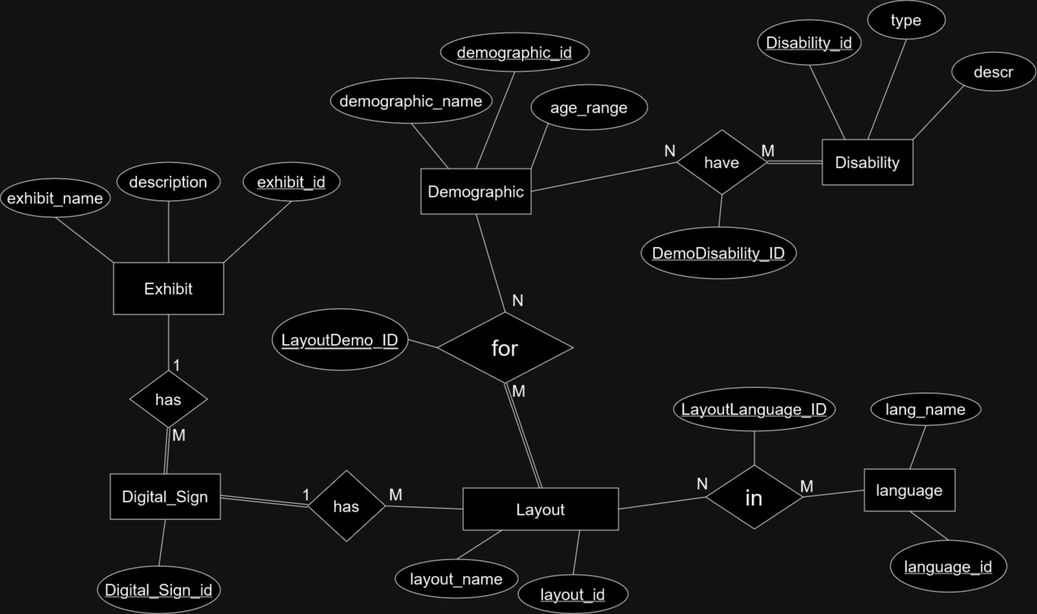
Before: Database_Formulation/Science_Center.png, a diagram exported from draw.io (KORAY-AMAN-ASLAN/Project_SIMS_Technichus_Group). Source tidied: cells renumbered, new cells last; positions are measured from the earlier drawing's top-left corner, leaving out a move shared by most shapes.
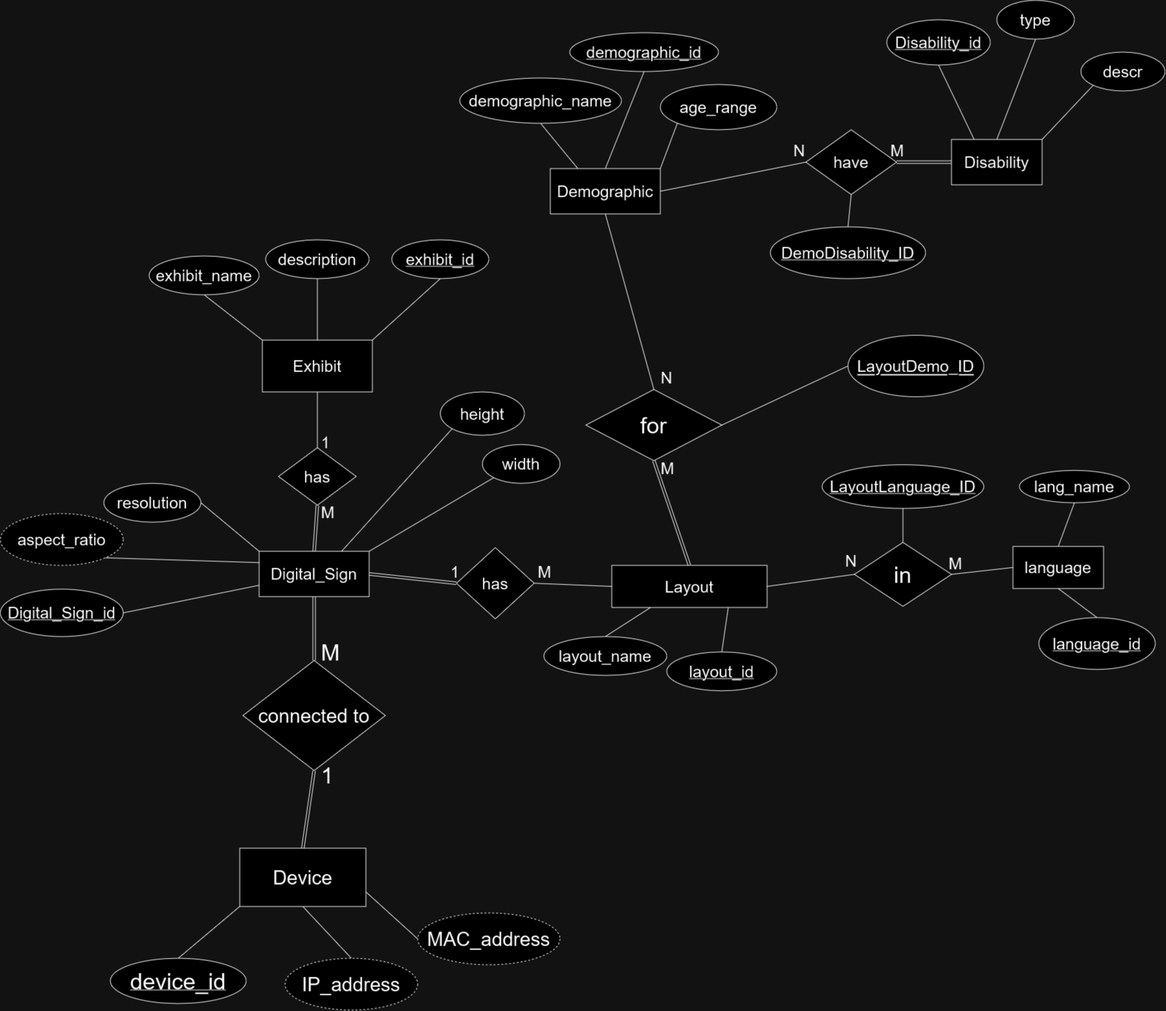
The same diagram one commit later.

Commit message:
updated ER-diagram and relational schema

What changed in the source:
```diff
@@ -18,7 +18,7 @@
       <mxGeometry x="260" y="541.2" width="40" height="30" as="geometry" />
     </mxCell>
     <mxCell id="7" value="&lt;font style=&quot;font-size: 25px;&quot;&gt;Demographic&lt;/font&gt;" style="whiteSpace=wrap;html=1;align=center;" parent="1" vertex="1">
-      <mxGeometry x="650" y="260" width="170" height="70" as="geometry" />
+      <mxGeometry x="620" y="140" width="170" height="70" as="geometry" />
     </mxCell>
     <mxCell id="8" value="&lt;div style=&quot;font-size: 25px;&quot;&gt;&lt;font style=&quot;font-size: 25px;&quot;&gt;exhibit_id&lt;/font&gt;&lt;/div&gt;" style="ellipse;whiteSpace=wrap;html=1;align=center;fontStyle=4;" parent="1" vertex="1">
       <mxGeometry x="375" y="250" width="150" height="60" as="geometry" />
@@ -26,11 +26,11 @@
     <mxCell id="9" style="endArrow=none;html=1;rounded=0;entryX=0.5;entryY=1;entryDx=0;entryDy=0;exitX=1;exitY=0;exitDx=0;exitDy=0;" parent="1" edge="1" source="2" target="8">
       <mxGeometry relative="1" as="geometry" />
     </mxCell>
-    <mxCell id="10" style="endArrow=none;html=1;rounded=0;entryX=0.5;entryY=1;entryDx=0;entryDy=0;exitX=0.5;exitY=0;exitDx=0;exitDy=0;" parent="1" edge="1" source="66" target="64">
+    <mxCell id="10" style="endArrow=none;html=1;rounded=0;entryX=0;entryY=0.75;entryDx=0;entryDy=0;exitX=1;exitY=0.5;exitDx=0;exitDy=0;" parent="1" edge="1" source="66" target="64">
       <mxGeometry relative="1" as="geometry" />
     </mxCell>
     <mxCell id="11" value="&lt;font style=&quot;font-size: 25px;&quot;&gt;demographic_id&lt;/font&gt;" style="ellipse;whiteSpace=wrap;html=1;align=center;fontStyle=4;" parent="1" vertex="1">
-      <mxGeometry x="680" y="50" width="230" height="60" as="geometry" />
+      <mxGeometry x="650" y="-70" width="230" height="60" as="geometry" />
     </mxCell>
     <mxCell id="12" style="endArrow=none;html=1;rounded=0;entryX=0.5;entryY=1;entryDx=0;entryDy=0;exitX=0.5;exitY=0;exitDx=0;exitDy=0;" parent="1" edge="1" source="7" target="11">
       <mxGeometry relative="1" as="geometry" />
@@ -78,7 +78,7 @@
       <mxGeometry relative="1" as="geometry" />
     </mxCell>
     <mxCell id="27" value="&lt;font style=&quot;font-size: 25px;&quot;&gt;demographic_name&lt;/font&gt;" style="ellipse;whiteSpace=wrap;html=1;align=center;" parent="1" vertex="1">
-      <mxGeometry x="510" y="120" width="250" height="70" as="geometry" />
+      <mxGeometry x="480" width="250" height="70" as="geometry" />
     </mxCell>
     <mxCell id="28" style="endArrow=none;html=1;rounded=0;entryX=0.5;entryY=1;entryDx=0;entryDy=0;exitX=0.25;exitY=0;exitDx=0;exitDy=0;" parent="1" edge="1" source="7" target="27">
       <mxGeometry relative="1" as="geometry" />
@@ -135,22 +135,22 @@
       <mxGeometry relative="1" as="geometry" />
     </mxCell>
     <mxCell id="46" value="LayoutDemo_ID" style="ellipse;whiteSpace=wrap;html=1;align=center;fontStyle=4;fontSize=25;" parent="1" vertex="1">
-      <mxGeometry x="420" y="476.2" width="210" height="95" as="geometry" />
+      <mxGeometry x="1080" y="397.5" width="210" height="95" as="geometry" />
     </mxCell>
-    <mxCell id="47" style="endArrow=none;html=1;rounded=0;exitX=1;exitY=0.5;exitDx=0;exitDy=0;entryX=0;entryY=0.5;entryDx=0;entryDy=0;" parent="1" edge="1" source="46" target="16">
+    <mxCell id="47" style="endArrow=none;html=1;rounded=0;exitX=0;exitY=0.5;exitDx=0;exitDy=0;entryX=1;entryY=0.5;entryDx=0;entryDy=0;" parent="1" edge="1" source="46" target="16">
       <mxGeometry relative="1" as="geometry" />
     </mxCell>
     <mxCell id="48" value="&lt;font style=&quot;font-size: 25px;&quot;&gt;age_range&lt;/font&gt;" style="ellipse;whiteSpace=wrap;html=1;align=center;" parent="1" vertex="1">
-      <mxGeometry x="820" y="130" width="180" height="70" as="geometry" />
+      <mxGeometry x="790" y="10" width="180" height="70" as="geometry" />
     </mxCell>
     <mxCell id="49" style="endArrow=none;html=1;rounded=0;entryX=0;entryY=1;entryDx=0;entryDy=0;exitX=1;exitY=0;exitDx=0;exitDy=0;" parent="1" edge="1" source="7" target="48">
       <mxGeometry relative="1" as="geometry" />
     </mxCell>
     <mxCell id="50" value="&lt;font style=&quot;font-size: 25px;&quot;&gt;have&lt;/font&gt;" style="shape=rhombus;perimeter=rhombusPerimeter;whiteSpace=wrap;html=1;align=center;" parent="1" vertex="1">
-      <mxGeometry x="1045" y="200" width="140" height="100" as="geometry" />
+      <mxGeometry x="1015" y="80" width="140" height="100" as="geometry" />
     </mxCell>
     <mxCell id="51" value="&lt;font style=&quot;font-size: 25px;&quot;&gt;Disability&lt;/font&gt;" style="whiteSpace=wrap;html=1;align=center;" parent="1" vertex="1">
-      <mxGeometry x="1270" y="215" width="140" height="70" as="geometry" />
+      <mxGeometry x="1240" y="95" width="140" height="70" as="geometry" />
     </mxCell>
     <mxCell id="52" style="endArrow=none;html=1;rounded=0;entryX=0;entryY=0.5;entryDx=0;entryDy=0;exitX=1;exitY=0.5;exitDx=0;exitDy=0;" parent="1" edge="1" source="7" target="50">
       <mxGeometry relative="1" as="geometry" />
@@ -159,28 +159,28 @@
       <mxGeometry relative="1" as="geometry" />
     </mxCell>
     <mxCell id="54" value="&lt;font style=&quot;font-size: 25px;&quot;&gt;DemoDisability_ID&lt;/font&gt;" style="ellipse;whiteSpace=wrap;html=1;align=center;fontStyle=4;" parent="1" vertex="1">
-      <mxGeometry x="990" y="350" width="240" height="80" as="geometry" />
+      <mxGeometry x="960" y="230" width="240" height="80" as="geometry" />
     </mxCell>
     <mxCell id="55" style="endArrow=none;html=1;rounded=0;exitX=0.5;exitY=1;exitDx=0;exitDy=0;entryX=0.5;entryY=0;entryDx=0;entryDy=0;" parent="1" edge="1" source="50" target="54">
       <mxGeometry relative="1" as="geometry" />
     </mxCell>
     <mxCell id="56" value="&lt;font style=&quot;font-size: 25px;&quot;&gt;M&lt;/font&gt;" style="text;strokeColor=none;fillColor=none;spacingLeft=4;spacingRight=4;overflow=hidden;fontSize=12;whiteSpace=wrap;html=1;" parent="1" vertex="1">
-      <mxGeometry x="1170" y="210" width="40" height="30" as="geometry" />
+      <mxGeometry x="1140" y="90" width="40" height="30" as="geometry" />
     </mxCell>
     <mxCell id="57" value="&lt;font style=&quot;font-size: 25px;&quot;&gt;N&lt;/font&gt;" style="text;strokeColor=none;fillColor=none;spacingLeft=4;spacingRight=4;overflow=hidden;fontSize=12;whiteSpace=wrap;html=1;" parent="1" vertex="1">
-      <mxGeometry x="1020" y="210" width="40" height="30" as="geometry" />
+      <mxGeometry x="990" y="90" width="40" height="30" as="geometry" />
     </mxCell>
     <mxCell id="58" value="&lt;font style=&quot;font-size: 25px;&quot;&gt;Disability_id&lt;/font&gt;" style="ellipse;whiteSpace=wrap;html=1;align=center;fontStyle=4;" parent="1" vertex="1">
-      <mxGeometry x="1170" y="30" width="160" height="70" as="geometry" />
+      <mxGeometry x="1140" y="-90" width="160" height="70" as="geometry" />
     </mxCell>
     <mxCell id="59" style="endArrow=none;html=1;rounded=0;entryX=0.5;entryY=1;entryDx=0;entryDy=0;exitX=0.25;exitY=0;exitDx=0;exitDy=0;" parent="1" edge="1" source="51" target="58">
       <mxGeometry relative="1" as="geometry" />
     </mxCell>
     <mxCell id="60" value="&lt;font style=&quot;font-size: 25px;&quot;&gt;type&lt;/font&gt;" style="ellipse;whiteSpace=wrap;html=1;align=center;" parent="1" vertex="1">
-      <mxGeometry x="1340" width="120" height="60" as="geometry" />
+      <mxGeometry x="1310" y="-120" width="120" height="60" as="geometry" />
     </mxCell>
     <mxCell id="61" value="&lt;font style=&quot;font-size: 25px;&quot;&gt;descr&lt;/font&gt;" style="ellipse;whiteSpace=wrap;html=1;align=center;" parent="1" vertex="1">
-      <mxGeometry x="1470" y="80" width="130" height="60" as="geometry" />
+      <mxGeometry x="1440" y="-40" width="130" height="60" as="geometry" />
     </mxCell>
     <mxCell id="62" style="endArrow=none;html=1;rounded=0;entryX=0.5;entryY=1;entryDx=0;entryDy=0;exitX=0.5;exitY=0;exitDx=0;exitDy=0;" parent="1" edge="1" source="51" target="60">
       <mxGeometry relative="1" as="geometry" />
@@ -195,7 +195,67 @@
       <mxGeometry x="200" y="571.2" width="120" height="88.8" as="geometry" />
     </mxCell>
     <mxCell id="66" value="&lt;font style=&quot;font-size: 25px;&quot;&gt;Digital_Sign_id&lt;/font&gt;" style="ellipse;whiteSpace=wrap;html=1;align=center;fontStyle=4;" parent="1" vertex="1">
-      <mxGeometry x="150" y="873.5" width="190" height="73.2" as="geometry" />
+      <mxGeometry x="-230" y="789.8" width="190" height="73.2" as="geometry" />
     </mxCell>
+    <mxCell id="67" value="&lt;font style=&quot;font-size: 25px;&quot;&gt;height&lt;/font&gt;" style="ellipse;whiteSpace=wrap;html=1;align=center;" parent="1" vertex="1">
+      <mxGeometry x="450" y="485" width="130" height="67" as="geometry" />
+    </mxCell>
+    <mxCell id="68" value="&lt;font style=&quot;font-size: 25px;&quot;&gt;width&lt;/font&gt;" style="ellipse;whiteSpace=wrap;html=1;align=center;" parent="1" vertex="1">
+      <mxGeometry x="515" y="566.2" width="120" height="60" as="geometry" />
+    </mxCell>
+    <mxCell id="69" style="endArrow=none;html=1;rounded=0;exitX=0.75;exitY=0;exitDx=0;exitDy=0;entryX=0;entryY=1;entryDx=0;entryDy=0;" parent="1" edge="1" source="64" target="67">
+      <mxGeometry relative="1" as="geometry" />
+    </mxCell>
+    <mxCell id="70" style="endArrow=none;html=1;rounded=0;exitX=0;exitY=1;exitDx=0;exitDy=0;entryX=1;entryY=0;entryDx=0;entryDy=0;" parent="1" edge="1" source="68" target="64">
+      <mxGeometry relative="1" as="geometry" />
+    </mxCell>
+    <mxCell id="71" value="&lt;font style=&quot;font-size: 25px;&quot;&gt;resolution&lt;/font&gt;" style="ellipse;whiteSpace=wrap;html=1;align=center;" parent="1" vertex="1">
+      <mxGeometry x="-70" y="626.2" width="150" height="60" as="geometry" />
+    </mxCell>
+    <mxCell id="72" value="&lt;font style=&quot;font-size: 25px;&quot;&gt;aspect_ratio&lt;/font&gt;" style="ellipse;whiteSpace=wrap;html=1;align=center;dashed=1;" parent="1" vertex="1">
+      <mxGeometry x="-230" y="673" width="190" height="80" as="geometry" />
+    </mxCell>
+    <mxCell id="73" style="endArrow=none;html=1;rounded=0;exitX=1;exitY=0.5;exitDx=0;exitDy=0;entryX=0;entryY=0;entryDx=0;entryDy=0;" parent="1" edge="1" source="71" target="64">
+      <mxGeometry relative="1" as="geometry" />
+    </mxCell>
+    <mxCell id="74" style="endArrow=none;html=1;rounded=0;exitX=1;exitY=1;exitDx=0;exitDy=0;entryX=0;entryY=0.25;entryDx=0;entryDy=0;" parent="1" edge="1" source="72" target="64">
+      <mxGeometry relative="1" as="geometry" />
+    </mxCell>
+    <mxCell id="75" value="&lt;font style=&quot;font-size: 30px;&quot;&gt;connected to&lt;/font&gt;" style="shape=rhombus;perimeter=rhombusPerimeter;whiteSpace=wrap;html=1;align=center;" parent="1" vertex="1">
+      <mxGeometry x="145" y="900" width="220" height="170" as="geometry" />
+    </mxCell>
+    <mxCell id="76" value="&lt;font style=&quot;font-size: 30px;&quot;&gt;Device&lt;/font&gt;" style="whiteSpace=wrap;html=1;align=center;" parent="1" vertex="1">
+      <mxGeometry x="140" y="1190" width="195" height="90" as="geometry" />
+    </mxCell>
+    <mxCell id="77" style="endArrow=none;html=1;rounded=0;entryX=0.5;entryY=0;entryDx=0;entryDy=0;exitX=0;exitY=1;exitDx=0;exitDy=0;" parent="1" edge="1" source="76" target="82">
+      <mxGeometry relative="1" as="geometry" />
+    </mxCell>
+    <mxCell id="78" style="shape=link;html=1;rounded=0;exitX=0.5;exitY=1;exitDx=0;exitDy=0;entryX=0.5;entryY=0;entryDx=0;entryDy=0;" parent="1" edge="1" source="75" target="76">
+      <mxGeometry relative="1" as="geometry" />
+    </mxCell>
+    <mxCell id="79" style="shape=link;html=1;rounded=0;exitX=0.5;exitY=1;exitDx=0;exitDy=0;entryX=0.5;entryY=0;entryDx=0;entryDy=0;" parent="1" edge="1" source="64" target="75">
+      <mxGeometry relative="1" as="geometry" />
+    </mxCell>
+    <mxCell id="80" value="&lt;font style=&quot;font-size: 35px;&quot;&gt;1&lt;/font&gt;" style="text;strokeColor=none;fillColor=none;spacingLeft=4;spacingRight=4;overflow=hidden;fontSize=12;whiteSpace=wrap;html=1;" parent="1" vertex="1">
+      <mxGeometry x="260" y="1050" width="40" height="60" as="geometry" />
+    </mxCell>
+    <mxCell id="81" value="&lt;font style=&quot;font-size: 35px;&quot;&gt;M&lt;/font&gt;" style="text;strokeColor=none;fillColor=none;spacingLeft=4;spacingRight=4;overflow=hidden;fontSize=12;whiteSpace=wrap;html=1;" parent="1" vertex="1">
+      <mxGeometry x="260" y="860" width="40" height="50" as="geometry" />
+    </mxCell>
+    <mxCell id="82" value="&lt;font style=&quot;font-size: 35px;&quot;&gt;device_id&lt;/font&gt;" style="ellipse;whiteSpace=wrap;html=1;align=center;fontStyle=4;" parent="1" vertex="1">
+      <mxGeometry x="-60" y="1360" width="210" height="70" as="geometry" />
+    </mxCell>
+    <mxCell id="83" style="endArrow=none;html=1;rounded=0;entryX=0.5;entryY=0;entryDx=0;entryDy=0;exitX=0.5;exitY=1;exitDx=0;exitDy=0;" parent="1" edge="1" source="76" target="85">
+      <mxGeometry relative="1" as="geometry" />
+    </mxCell>
+    <mxCell id="84" style="endArrow=none;html=1;rounded=0;entryX=0;entryY=0.5;entryDx=0;entryDy=0;exitX=1;exitY=0.75;exitDx=0;exitDy=0;" parent="1" edge="1" source="76" target="86">
+      <mxGeometry relative="1" as="geometry" />
+    </mxCell>
+    <mxCell id="85" value="&lt;font style=&quot;font-size: 30px;&quot;&gt;IP_address&lt;/font&gt;" style="ellipse;whiteSpace=wrap;html=1;align=center;dashed=1;" parent="1" vertex="1">
+      <mxGeometry x="210" y="1360" width="205" height="80" as="geometry" />
+    </mxCell>
+    <mxCell id="86" value="&lt;font style=&quot;font-size: 30px;&quot;&gt;MAC_address&lt;/font&gt;" style="ellipse;whiteSpace=wrap;html=1;align=center;dashed=1;" parent="1" vertex="1">
+      <mxGeometry x="415" y="1290" width="220" height="80" as="geometry" />
+    </mxCell>
   </root>
 </mxGraphModel>
```
